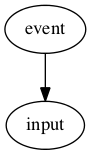
The Graphviz diagram Cargo.png in PistonDevelopers/piston, before a commit. Its source is kept beside it as Cargo.dot.
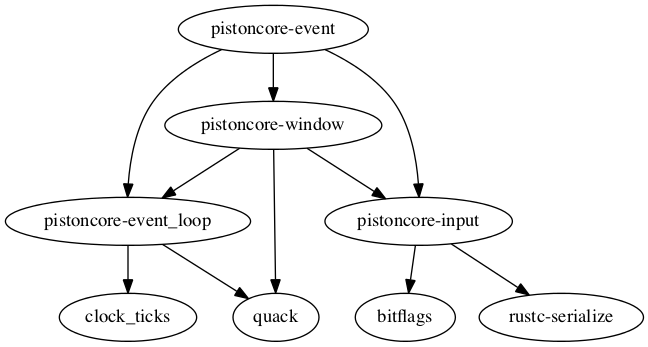
Above is the later version.

The edit, as a diff of the source:
```diff
@@ -1,5 +1,20 @@
-digraph example3 {
-    N0[label="event"];
-    N1[label="input"];
-    N0 -> N1[label=""];
+digraph dependencies {
+    N0[label="pistoncore-event"];
+    N1[label="bitflags"];
+    N2[label="quack"];
+    N3[label="clock_ticks"];
+    N4[label="pistoncore-event_loop"];
+    N5[label="pistoncore-window"];
+    N6[label="pistoncore-input"];
+    N7[label="rustc-serialize"];
+    N4 -> N2[label=""];
+    N4 -> N3[label=""];
+    N5 -> N2[label=""];
+    N5 -> N6[label=""];
+    N5 -> N4[label=""];
+    N6 -> N1[label=""];
+    N6 -> N7[label=""];
+    N0 -> N4[label=""];
+    N0 -> N6[label=""];
+    N0 -> N5[label=""];
 }
```
